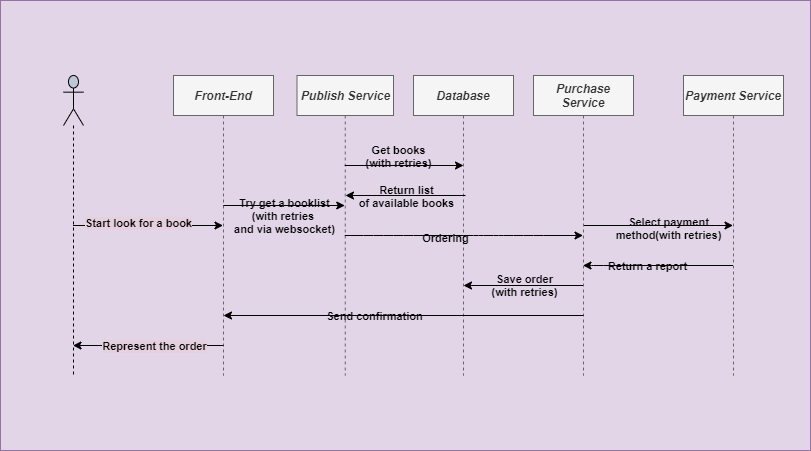
Before: img/ordering-flow.png, a diagram exported from draw.io (Annnnnnnnnnnnnnnnnn/KPIProjectBookLibrary). Source tidied: cells renumbered, new cells last; positions are measured from the earlier drawing's top-left corner, leaving out a move shared by most shapes.
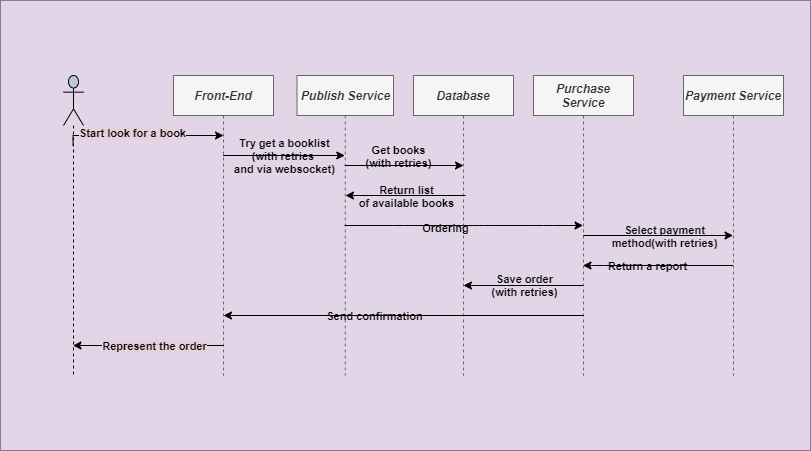
After the commit.

Change to the diagram source:
```diff
@@ -8,14 +8,14 @@
     <mxCell id="3" style="edgeStyle=orthogonalEdgeStyle;rounded=0;jettySize=auto;html=1;" parent="1" edge="1" source="5" target="6">
       <mxGeometry relative="1" as="geometry">
         <Array as="points">
-          <mxPoint x="283" y="205" />
-          <mxPoint x="283" y="205" />
+          <mxPoint x="293" y="155" />
+          <mxPoint x="293" y="155" />
         </Array>
       </mxGeometry>
     </mxCell>
     <mxCell id="4" value="Try get a booklist&lt;br&gt;(with retries &lt;br&gt;and via websocket)" style="edgeLabel;html=1;align=center;verticalAlign=middle;fontColor=#000000;fontStyle=1;labelBackgroundColor=none;" parent="3" vertex="1">
       <mxGeometry x="-0.02" y="10" relative="1" as="geometry">
-        <mxPoint x="0.5" y="20" as="offset" />
+        <mxPoint x="0.5" y="10" as="offset" />
       </mxGeometry>
     </mxCell>
     <mxCell id="5" value="Front-End" style="shape=umlLifeline;perimeter=lifelinePerimeter;whiteSpace=wrap;html=1;outlineConnect=0;fillColor=#f5f5f5;strokeColor=#666666;fontColor=#333333;perimeterSpacing=2;fontStyle=3;labelBackgroundColor=none;" parent="1" vertex="1">
@@ -28,10 +28,17 @@
       <mxGeometry x="413" y="75" width="100" height="300" as="geometry" />
     </mxCell>
     <mxCell id="8" style="edgeStyle=orthogonalEdgeStyle;rounded=0;jettySize=auto;html=1;" parent="1" edge="1" source="10" target="11">
-      <mxGeometry relative="1" as="geometry" />
+      <mxGeometry relative="1" as="geometry">
+        <Array as="points">
+          <mxPoint x="663" y="235" />
+          <mxPoint x="663" y="235" />
+        </Array>
+      </mxGeometry>
     </mxCell>
     <mxCell id="9" value="Select payment&lt;br&gt;method(with retries)" style="edgeLabel;html=1;align=center;verticalAlign=middle;fontColor=#000000;fontStyle=1;labelBackgroundColor=none;" parent="8" vertex="1">
-      <mxGeometry x="0.13" y="-2" relative="1" as="geometry" />
+      <mxGeometry x="0.13" y="-2" relative="1" as="geometry">
+        <mxPoint x="-4.5" y="-2" as="offset" />
+      </mxGeometry>
     </mxCell>
     <mxCell id="10" value="Purchase Service" style="shape=umlLifeline;perimeter=lifelinePerimeter;whiteSpace=wrap;html=1;outlineConnect=0;fillColor=#f5f5f5;strokeColor=#666666;fontColor=#333333;fontStyle=3;" parent="1" vertex="1">
       <mxGeometry x="533" y="75" width="100" height="300" as="geometry" />
@@ -39,8 +46,15 @@
     <mxCell id="11" value="Payment Service" style="shape=umlLifeline;perimeter=lifelinePerimeter;whiteSpace=wrap;html=1;outlineConnect=0;fillColor=#f5f5f5;strokeColor=#666666;fontColor=#333333;fontStyle=3;" parent="1" vertex="1">
       <mxGeometry x="683" y="75" width="100" height="300" as="geometry" />
     </mxCell>
-    <mxCell id="12" style="edgeStyle=orthogonalEdgeStyle;rounded=0;jettySize=auto;html=1;" parent="1" edge="1" source="14" target="5">
-      <mxGeometry relative="1" as="geometry" />
+    <mxCell id="12" style="edgeStyle=orthogonalEdgeStyle;rounded=0;orthogonalLoop=1;jettySize=auto;html=1;" parent="1" edge="1">
+      <mxGeometry relative="1" as="geometry">
+        <mxPoint x="72.5" y="145" as="sourcePoint" />
+        <mxPoint x="223" y="135" as="targetPoint" />
+        <Array as="points">
+          <mxPoint x="73" y="135" />
+          <mxPoint x="223" y="135" />
+        </Array>
+      </mxGeometry>
     </mxCell>
     <mxCell id="13" value="Start look for a book" style="edgeLabel;html=1;align=center;verticalAlign=middle;fontStyle=1;labelBackgroundColor=#E6D0DE;" parent="12" vertex="1">
       <mxGeometry x="-0.14" y="3" relative="1" as="geometry" />
@@ -51,12 +65,10 @@
     <mxCell id="15" style="endArrow=classic;html=1;" parent="1" edge="1" source="6" target="10">
       <mxGeometry relative="1" as="geometry">
         <Array as="points">
-          <mxPoint x="373" y="235" />
-          <mxPoint x="403" y="235" />
-          <mxPoint x="463" y="235" />
-          <mxPoint x="483" y="235" />
-          <mxPoint x="503" y="235" />
-          <mxPoint x="533" y="235" />
+          <mxPoint x="403" y="225" />
+          <mxPoint x="463" y="225" />
+          <mxPoint x="483" y="225" />
+          <mxPoint x="543" y="225" />
         </Array>
       </mxGeometry>
     </mxCell>
```
